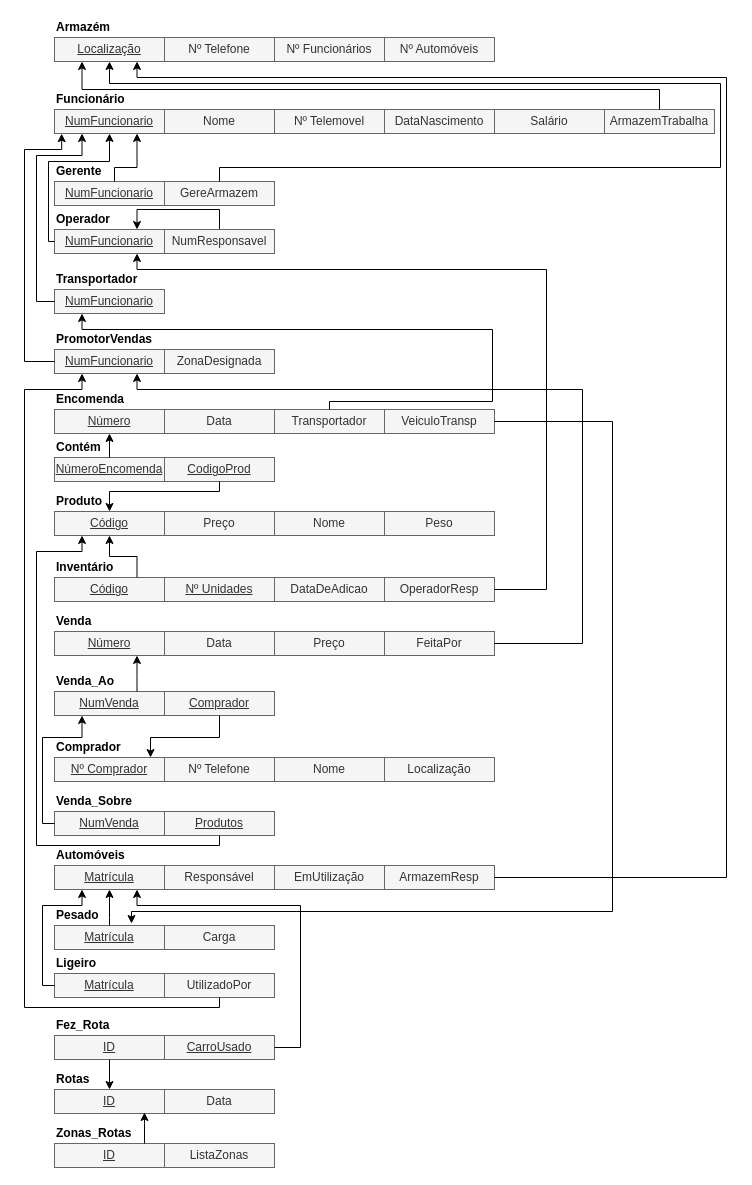
This is DER and REL/relational.drawio from dot-1q/bd-bebidis, a draw.io file, before an edit. Source tidied: cells renumbered, new cells numbered last; positions are measured from the earlier drawing's top-left corner, leaving out a move shared by most shapes. Both pictures are drawn from the tidied source at 100%, with x=0, y=0 at pixel (24, 17).
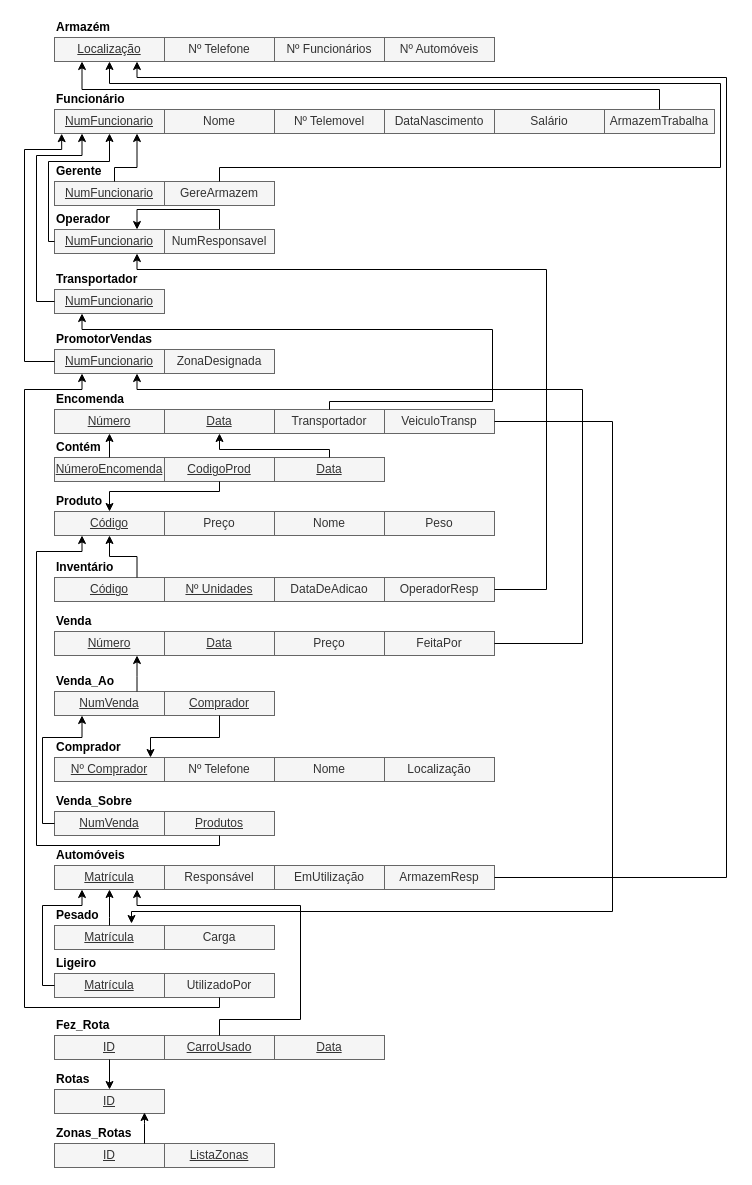
After the change.

Commit message (it also covers changes not shown here):
data inserted

The change refers to these unchanged cells:
```xml
<mxCell id="3" value="Matrícula" style="rounded=0;whiteSpace=wrap;html=1;fillColor=#f5f5f5;strokeColor=#666666;fontColor=#333333;fontStyle=4;" parent="2" vertex="1">
  <mxGeometry y="20" width="110" height="24" as="geometry" />
</mxCell>
<mxCell id="8" style="group;" parent="1" vertex="1">
  <mxGeometry x="30" y="594" width="440" height="44" as="geometry" />
</mxCell>
<mxCell id="33" style="group;" parent="32" vertex="1">
  <mxGeometry y="-2" width="440" height="46" as="geometry" />
</mxCell>
<mxCell id="45" style="group;" parent="1" vertex="1">
  <mxGeometry x="30" y="1068" width="440" height="82" as="geometry" />
</mxCell>
<mxCell id="46" style="group;" parent="45" vertex="1">
  <mxGeometry y="-18" width="330" height="46" as="geometry" />
</mxCell>
<mxCell id="97" style="group;" parent="1" vertex="1">
  <mxGeometry x="30" y="420" width="440" height="44" as="geometry" />
</mxCell>
<mxCell id="121" style="group;" parent="1" vertex="1">
  <mxGeometry x="30" y="996" width="330" height="46" as="geometry" />
</mxCell>
<mxCell id="124" value="CarroUsado" style="rounded=0;whiteSpace=wrap;html=1;fillColor=#f5f5f5;strokeColor=#666666;fontColor=#333333;fontStyle=4;" parent="121" vertex="1">
  <mxGeometry x="110" y="22" width="110" height="24" as="geometry" />
</mxCell>
```

Diff of the diagram source:
```diff
@@
-    <mxCell id="10" value="Data" style="rounded=0;whiteSpace=wrap;html=1;fillColor=#f5f5f5;strokeColor=#666666;fontColor=#333333;" parent="8" vertex="1">
+    <mxCell id="10" value="&lt;u&gt;Data&lt;/u&gt;" style="rounded=0;whiteSpace=wrap;html=1;fillColor=#f5f5f5;strokeColor=#666666;fontColor=#333333;" parent="8" vertex="1">
       <mxGeometry x="110" y="20" width="110" height="24" as="geometry" />
     </mxCell>
@@
-    <mxCell id="35" value="Data" style="rounded=0;whiteSpace=wrap;html=1;fillColor=#f5f5f5;strokeColor=#666666;fontColor=#333333;" parent="33" vertex="1">
+    <mxCell id="35" value="&lt;u&gt;Data&lt;/u&gt;" style="rounded=0;whiteSpace=wrap;html=1;fillColor=#f5f5f5;strokeColor=#666666;fontColor=#333333;" parent="33" vertex="1">
       <mxGeometry x="110" y="22" width="110" height="24" as="geometry" />
     </mxCell>
@@
-    <mxCell id="48" value="Data" style="rounded=0;whiteSpace=wrap;html=1;fillColor=#f5f5f5;strokeColor=#666666;fontColor=#333333;" parent="46" vertex="1">
-      <mxGeometry x="110" y="22" width="110" height="24" as="geometry" />
-    </mxCell>
@@
-    <mxCell id="51" value="ListaZonas" style="rounded=0;whiteSpace=wrap;html=1;fillColor=#f5f5f5;strokeColor=#666666;fontColor=#333333;" parent="45" vertex="1">
+    <mxCell id="51" value="ListaZonas" style="rounded=0;whiteSpace=wrap;html=1;fillColor=#f5f5f5;strokeColor=#666666;fontColor=#333333;fontStyle=4;" parent="45" vertex="1">
       <mxGeometry x="110" y="58" width="110" height="24" as="geometry" />
     </mxCell>
@@
+    <mxCell id="127" value="&lt;u&gt;Data&lt;/u&gt;" style="rounded=0;whiteSpace=wrap;html=1;fillColor=#f5f5f5;strokeColor=#666666;fontColor=#333333;" parent="97" vertex="1">
+      <mxGeometry x="220" y="20" width="110" height="24" as="geometry" />
+    </mxCell>
@@
+    <mxCell id="128" value="Data" style="rounded=0;whiteSpace=wrap;html=1;fillColor=#f5f5f5;strokeColor=#666666;fontColor=#333333;fontStyle=4;" parent="121" vertex="1">
+      <mxGeometry x="220" y="22" width="110" height="24" as="geometry" />
+    </mxCell>
     <mxCell id="125" style="edgeStyle=orthogonalEdgeStyle;rounded=0;jettySize=auto;html=1;entryX=0.75;entryY=1;entryDx=0;entryDy=0;" parent="1" edge="1" source="124" target="3">
       <mxGeometry relative="1" as="geometry">
         <Array as="points">
-          <mxPoint x="276" y="1030" />
+          <mxPoint x="195" y="1002" />
+          <mxPoint x="276" y="1002" />
           <mxPoint x="276" y="888" />
           <mxPoint x="113" y="888" />
         </Array>
       </mxGeometry>
     </mxCell>
@@
+    <mxCell id="129" style="edgeStyle=orthogonalEdgeStyle;rounded=0;jettySize=auto;html=1;entryX=0.5;entryY=1;entryDx=0;entryDy=0;" parent="1" edge="1" source="127" target="35">
+      <mxGeometry relative="1" as="geometry">
+        <Array as="points">
+          <mxPoint x="305" y="432" />
+          <mxPoint x="195" y="432" />
+        </Array>
+      </mxGeometry>
+    </mxCell>
```
